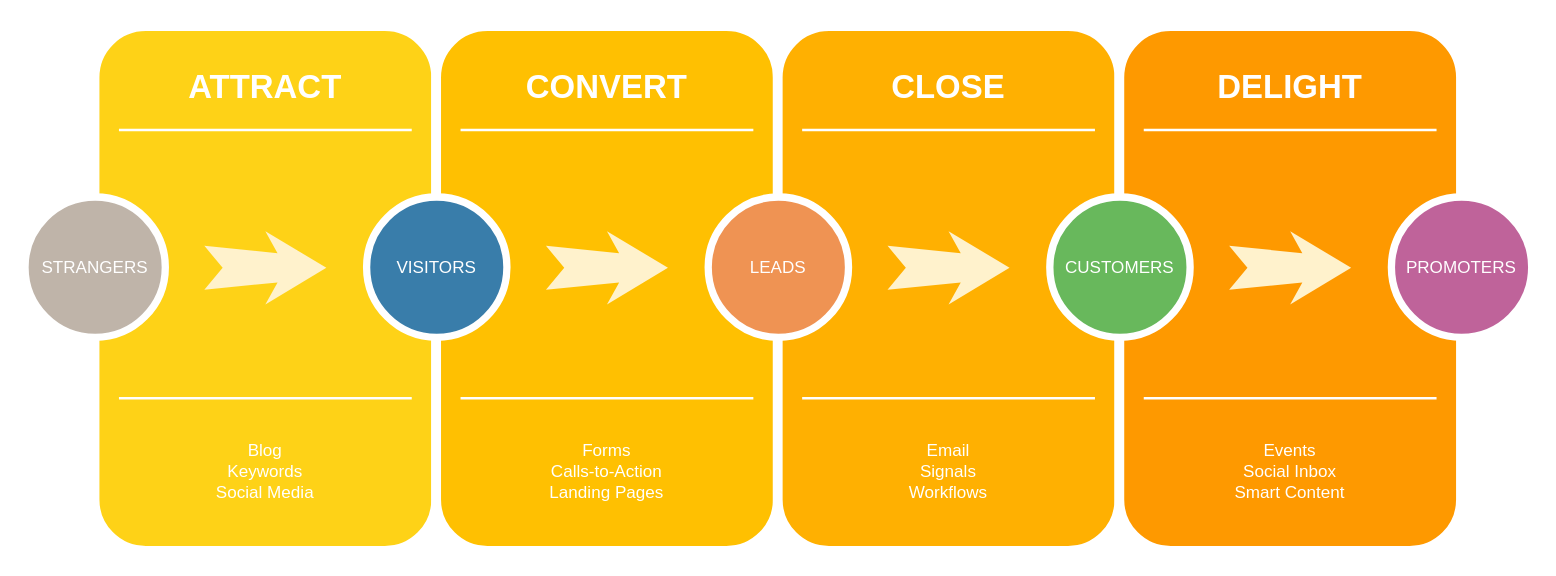
goodsemong/goodsemong.github.io keeps this draw.io diagram as assets/제목 없는 다이어그램.drawio. Above is the earlier version. Source tidied: cells renumbered, new cells numbered last; positions are measured from the earlier drawing's top-left corner, leaving out a move shared by most shapes. Both pictures are drawn from the tidied source at 122%, with x=0, y=0 at pixel (24, 26).
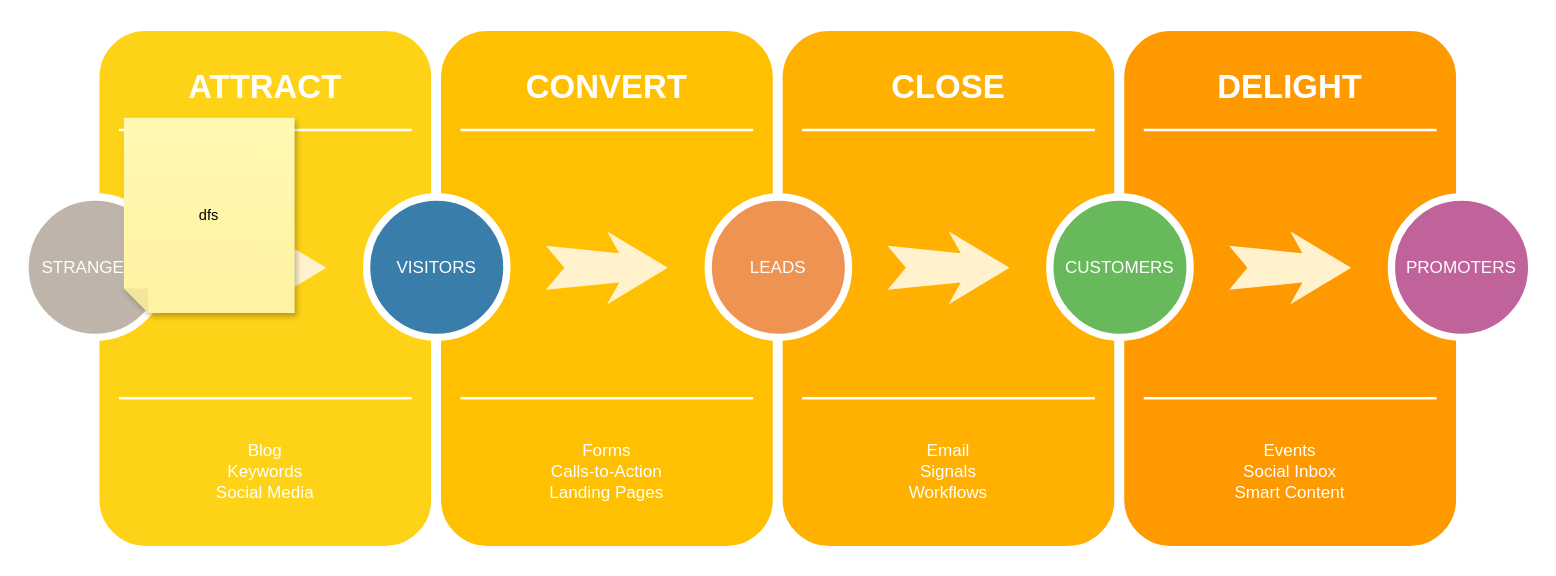
The same diagram, later.

Diff of the diagram source:
```diff
@@
+    <mxCell id="31" value="dfs" style="shape=note;whiteSpace=wrap;html=1;backgroundOutline=1;fontColor=#000000;darkOpacity=0.05;fillColor=#FFF9B2;strokeColor=none;fillStyle=solid;direction=west;gradientDirection=north;gradientColor=#FFF2A1;shadow=1;size=20;" parent="1" vertex="1">
+      <mxGeometry x="81" y="75" width="140" height="160" as="geometry" />
+    </mxCell>
```
